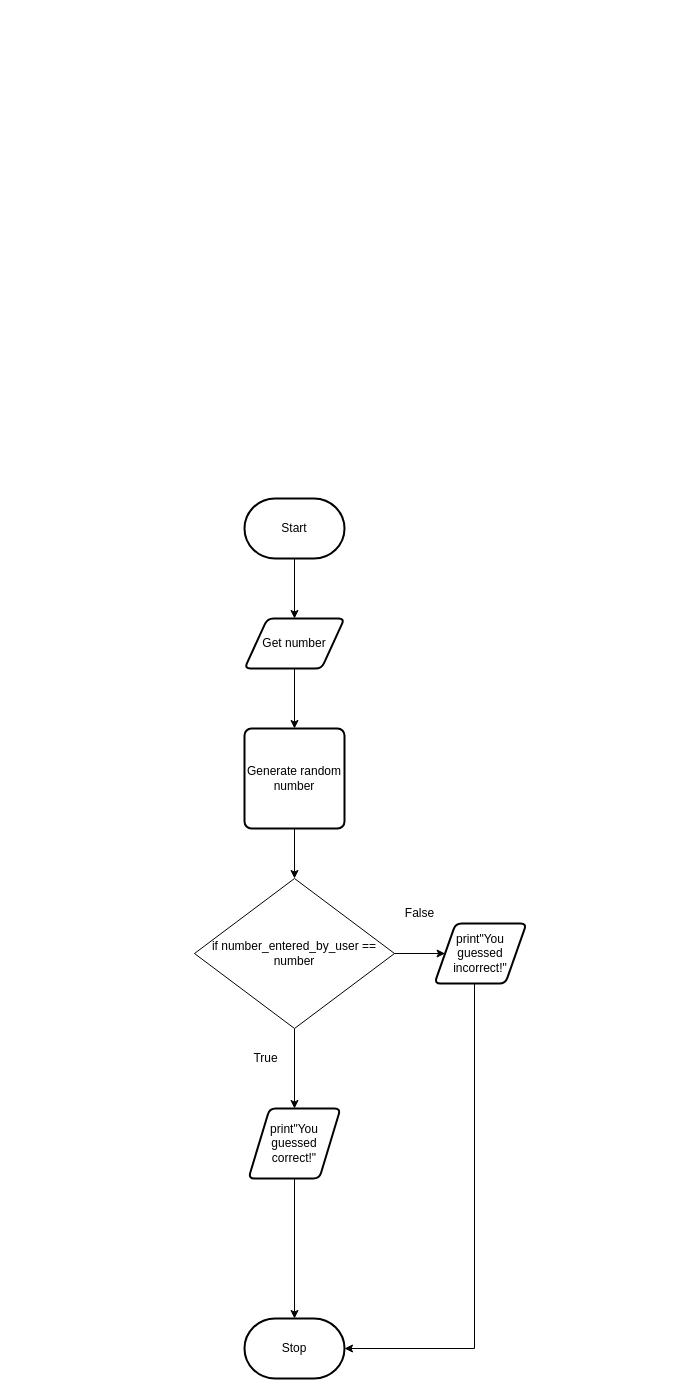
This is flowchart.drawio from michael-clermont1/ICS3U-Assignment-5-Python, a draw.io file, before an edit. Source tidied: cells renumbered, new cells numbered last; positions are measured from the earlier drawing's top-left corner, leaving out a move shared by most shapes. Both pictures are drawn from the tidied source at 100%, with x=0, y=0 at pixel (194, 498).
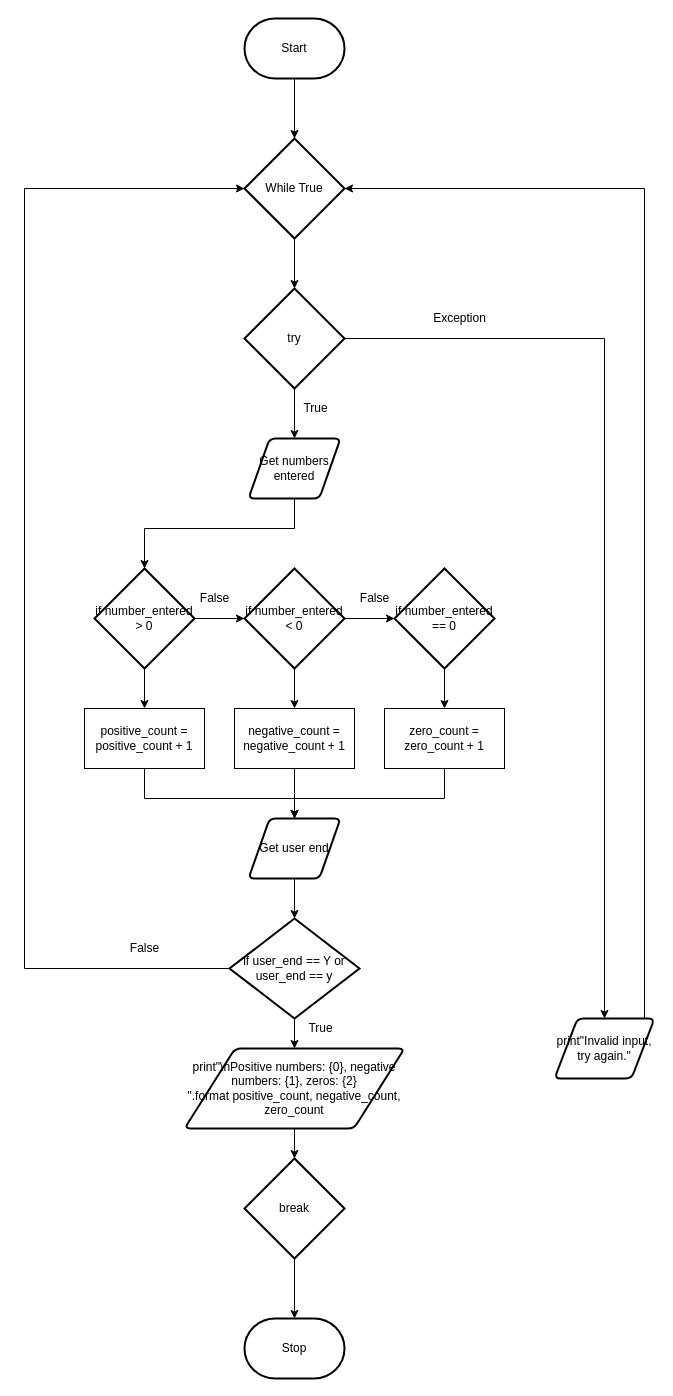
The same page after the edit.

Commit message (it also covers changes not shown here):
edited integer program

The change refers to these unchanged cells:
```xml
<mxCell id="6" value="Stop" style="strokeWidth=2;html=1;shape=mxgraph.flowchart.terminator;whiteSpace=wrap;" parent="1" vertex="1">
  <mxGeometry x="50" y="820" width="100" height="60" as="geometry" />
</mxCell>
```

Diff of the diagram source:
```diff
@@
-    <mxCell id="2" style="edgeStyle=orthogonalEdgeStyle;rounded=0;html=1;exitX=0.5;exitY=1;exitDx=0;exitDy=0;entryX=0.5;entryY=0;entryDx=0;entryDy=0;" parent="1" edge="1" source="3" target="17">
-      <mxGeometry relative="1" as="geometry" />
-    </mxCell>
-    <mxCell id="3" value="Get number" style="shape=parallelogram;html=1;strokeWidth=2;perimeter=parallelogramPerimeter;whiteSpace=wrap;rounded=1;arcSize=12;size=0.23;" parent="1" vertex="1">
-      <mxGeometry x="50" y="120" width="100" height="50" as="geometry" />
-    </mxCell>
-    <mxCell id="4" style="edgeStyle=orthogonalEdgeStyle;rounded=0;html=1;entryX=0.5;entryY=0;entryDx=0;entryDy=0;" parent="1" edge="1" source="5" target="3">
-      <mxGeometry relative="1" as="geometry" />
-    </mxCell>
+    <mxCell id="18" style="edgeStyle=orthogonalEdgeStyle;rounded=0;html=1;entryX=0.5;entryY=0;entryDx=0;entryDy=0;entryPerimeter=0;" parent="1" edge="1" source="5" target="26">
+      <mxGeometry relative="1" as="geometry" />
+    </mxCell>
     <mxCell id="5" value="Start" style="strokeWidth=2;html=1;shape=mxgraph.flowchart.terminator;whiteSpace=wrap;" parent="1" vertex="1">
-      <mxGeometry x="50" width="100" height="60" as="geometry" />
+      <mxGeometry x="50" y="-480" width="100" height="60" as="geometry" />
     </mxCell>
@@
-    <mxCell id="7" style="edgeStyle=orthogonalEdgeStyle;rounded=0;html=1;entryX=0.5;entryY=0;entryDx=0;entryDy=0;entryPerimeter=0;" parent="1" edge="1" source="8" target="6">
-      <mxGeometry relative="1" as="geometry" />
-    </mxCell>
+    <mxCell id="19" style="edgeStyle=orthogonalEdgeStyle;rounded=0;html=1;entryX=0.5;entryY=0;entryDx=0;entryDy=0;entryPerimeter=0;" parent="1" edge="1" source="8" target="34">
+      <mxGeometry relative="1" as="geometry" />
+    </mxCell>
-    <mxCell id="8" value="print&quot;You guessed correct!&quot;" style="shape=parallelogram;html=1;strokeWidth=2;perimeter=parallelogramPerimeter;whiteSpace=wrap;rounded=1;arcSize=12;size=0.23;" parent="1" vertex="1">
-      <mxGeometry x="54" y="610" width="92" height="70" as="geometry" />
+    <mxCell id="8" value="print&lt;span&gt;&quot;\nPositive numbers: {0}, negative numbers: {1}, zeros: {2} &quot;.format&lt;/span&gt;&lt;span&gt;&amp;nbsp;positive_count, negative_count, zero_count&lt;/span&gt;&lt;span&gt;&lt;br&gt;&lt;/span&gt;" style="shape=parallelogram;html=1;strokeWidth=2;perimeter=parallelogramPerimeter;whiteSpace=wrap;rounded=1;arcSize=12;size=0.23;" parent="1" vertex="1">
+      <mxGeometry x="-10" y="550" width="220" height="80" as="geometry" />
     </mxCell>
-    <mxCell id="9" style="edgeStyle=orthogonalEdgeStyle;rounded=0;html=1;entryX=1;entryY=0.5;entryDx=0;entryDy=0;entryPerimeter=0;" parent="1" edge="1" source="10" target="6">
-      <mxGeometry relative="1" as="geometry">
-        <Array as="points">
-          <mxPoint x="280" y="850" />
-        </Array>
-      </mxGeometry>
-    </mxCell>
+    <mxCell id="20" style="edgeStyle=orthogonalEdgeStyle;rounded=0;html=1;" parent="1" edge="1" source="10" target="29">
+      <mxGeometry relative="1" as="geometry" />
+    </mxCell>
-    <mxCell id="10" value="print&quot;You guessed incorrect!&quot;" style="shape=parallelogram;html=1;strokeWidth=2;perimeter=parallelogramPerimeter;whiteSpace=wrap;rounded=1;arcSize=12;size=0.23;" parent="1" vertex="1">
-      <mxGeometry x="240" y="425" width="92" height="60" as="geometry" />
+    <mxCell id="10" value="Get user end" style="shape=parallelogram;html=1;strokeWidth=2;perimeter=parallelogramPerimeter;whiteSpace=wrap;rounded=1;arcSize=12;size=0.23;" parent="1" vertex="1">
+      <mxGeometry x="54" y="320" width="92" height="60" as="geometry" />
     </mxCell>
-    <mxCell id="11" style="edgeStyle=none;html=1;entryX=0.5;entryY=0;entryDx=0;entryDy=0;" parent="1" edge="1" source="13" target="8">
-      <mxGeometry relative="1" as="geometry" />
-    </mxCell>
-    <mxCell id="12" style="edgeStyle=orthogonalEdgeStyle;html=1;entryX=0;entryY=0.5;entryDx=0;entryDy=0;" parent="1" edge="1" source="13" target="10">
-      <mxGeometry relative="1" as="geometry" />
-    </mxCell>
-    <mxCell id="13" value="&lt;span&gt;if number_entered_by_user == number&lt;/span&gt;" style="rhombus;whiteSpace=wrap;html=1;" parent="1" vertex="1">
-      <mxGeometry y="380" width="200" height="150" as="geometry" />
-    </mxCell>
-    <mxCell id="14" value="False" style="text;html=1;align=center;verticalAlign=middle;fillColor=none;strokeColor=none;rounded=0;" parent="1" vertex="1">
-      <mxGeometry x="200" y="405" width="50" height="20" as="geometry" />
-    </mxCell>
     <mxCell id="15" value="True" style="text;html=1;align=center;verticalAlign=middle;fillColor=none;strokeColor=none;rounded=0;" parent="1" vertex="1">
-      <mxGeometry x="51" y="550" width="40" height="20" as="geometry" />
+      <mxGeometry x="101" y="-100" width="40" height="20" as="geometry" />
     </mxCell>
+    <mxCell id="21" style="edgeStyle=none;html=1;entryX=0.5;entryY=0;entryDx=0;entryDy=0;" parent="1" edge="1" source="16" target="24">
+      <mxGeometry relative="1" as="geometry" />
+    </mxCell>
+    <mxCell id="22" style="edgeStyle=orthogonalEdgeStyle;rounded=0;html=1;entryX=0.5;entryY=0;entryDx=0;entryDy=0;" parent="1" edge="1" source="16" target="31">
+      <mxGeometry relative="1" as="geometry" />
+    </mxCell>
-    <mxCell id="16" style="edgeStyle=orthogonalEdgeStyle;rounded=0;html=1;entryX=0.5;entryY=0;entryDx=0;entryDy=0;" parent="1" edge="1" source="17" target="13">
-      <mxGeometry relative="1" as="geometry" />
+    <mxCell id="16" value="try" style="strokeWidth=2;html=1;shape=mxgraph.flowchart.decision;whiteSpace=wrap;" parent="1" vertex="1">
+      <mxGeometry x="50" y="-210" width="100" height="100" as="geometry" />
     </mxCell>
-    <mxCell id="17" value="Generate random number" style="rounded=1;whiteSpace=wrap;html=1;absoluteArcSize=1;arcSize=14;strokeWidth=2;" parent="1" vertex="1">
-      <mxGeometry x="50" y="230" width="100" height="100" as="geometry" />
-    </mxCell>
+    <mxCell id="23" style="edgeStyle=orthogonalEdgeStyle;html=1;entryX=0.5;entryY=0;entryDx=0;entryDy=0;entryPerimeter=0;rounded=0;" parent="1" edge="1" source="24" target="38">
+      <mxGeometry relative="1" as="geometry">
+        <Array as="points">
+          <mxPoint x="100" y="30" />
+          <mxPoint x="-50" y="30" />
+        </Array>
+      </mxGeometry>
+    </mxCell>
+    <mxCell id="24" value="Get numbers entered" style="shape=parallelogram;html=1;strokeWidth=2;perimeter=parallelogramPerimeter;whiteSpace=wrap;rounded=1;arcSize=12;size=0.23;" parent="1" vertex="1">
+      <mxGeometry x="54" y="-60" width="92" height="60" as="geometry" />
+    </mxCell>
+    <mxCell id="25" style="edgeStyle=orthogonalEdgeStyle;rounded=0;html=1;entryX=0.5;entryY=0;entryDx=0;entryDy=0;entryPerimeter=0;" parent="1" edge="1" source="26" target="16">
+      <mxGeometry relative="1" as="geometry" />
+    </mxCell>
+    <mxCell id="26" value="While True" style="strokeWidth=2;html=1;shape=mxgraph.flowchart.decision;whiteSpace=wrap;" parent="1" vertex="1">
+      <mxGeometry x="50" y="-360" width="100" height="100" as="geometry" />
+    </mxCell>
+    <mxCell id="27" style="edgeStyle=orthogonalEdgeStyle;rounded=0;html=1;entryX=0.5;entryY=0;entryDx=0;entryDy=0;" parent="1" edge="1" source="29" target="8">
+      <mxGeometry relative="1" as="geometry" />
+    </mxCell>
+    <mxCell id="28" style="edgeStyle=orthogonalEdgeStyle;rounded=0;html=1;entryX=0;entryY=0.5;entryDx=0;entryDy=0;entryPerimeter=0;" parent="1" edge="1" source="29" target="26">
+      <mxGeometry relative="1" as="geometry">
+        <Array as="points">
+          <mxPoint x="-170" y="470" />
+          <mxPoint x="-170" y="-310" />
+        </Array>
+      </mxGeometry>
+    </mxCell>
+    <mxCell id="29" value="if user_end == Y or user_end == y" style="strokeWidth=2;html=1;shape=mxgraph.flowchart.decision;whiteSpace=wrap;" parent="1" vertex="1">
+      <mxGeometry x="35" y="420" width="130" height="100" as="geometry" />
+    </mxCell>
+    <mxCell id="30" style="edgeStyle=orthogonalEdgeStyle;rounded=0;html=1;entryX=1;entryY=0.5;entryDx=0;entryDy=0;entryPerimeter=0;" parent="1" edge="1" source="31" target="26">
+      <mxGeometry relative="1" as="geometry">
+        <Array as="points">
+          <mxPoint x="450" y="-310" />
+        </Array>
+      </mxGeometry>
+    </mxCell>
+    <mxCell id="31" value="print&quot;Invalid input, try again.&quot;" style="shape=parallelogram;html=1;strokeWidth=2;perimeter=parallelogramPerimeter;whiteSpace=wrap;rounded=1;arcSize=12;size=0.23;" parent="1" vertex="1">
+      <mxGeometry x="360" y="520" width="100" height="60" as="geometry" />
+    </mxCell>
+    <mxCell id="32" value="False" style="text;html=1;align=center;verticalAlign=middle;fillColor=none;strokeColor=none;rounded=0;" parent="1" vertex="1">
+      <mxGeometry x="-70" y="440" width="40" height="20" as="geometry" />
+    </mxCell>
+    <mxCell id="33" style="edgeStyle=orthogonalEdgeStyle;rounded=0;html=1;" parent="1" edge="1" source="34" target="6">
+      <mxGeometry relative="1" as="geometry" />
+    </mxCell>
+    <mxCell id="34" value="break" style="strokeWidth=2;html=1;shape=mxgraph.flowchart.decision;whiteSpace=wrap;" parent="1" vertex="1">
+      <mxGeometry x="50" y="660" width="100" height="100" as="geometry" />
+    </mxCell>
+    <mxCell id="35" value="Exception" style="text;html=1;align=center;verticalAlign=middle;fillColor=none;strokeColor=none;rounded=0;" parent="1" vertex="1">
+      <mxGeometry x="230" y="-190" width="70" height="20" as="geometry" />
+    </mxCell>
+    <mxCell id="36" style="edgeStyle=orthogonalEdgeStyle;rounded=0;html=1;entryX=0;entryY=0.5;entryDx=0;entryDy=0;entryPerimeter=0;" parent="1" edge="1" source="38" target="43">
+      <mxGeometry relative="1" as="geometry" />
+    </mxCell>
+    <mxCell id="37" style="edgeStyle=orthogonalEdgeStyle;rounded=0;html=1;entryX=0.5;entryY=0;entryDx=0;entryDy=0;" parent="1" edge="1" source="38" target="40">
+      <mxGeometry relative="1" as="geometry" />
+    </mxCell>
+    <mxCell id="38" value="if number_entered &amp;gt; 0" style="strokeWidth=2;html=1;shape=mxgraph.flowchart.decision;whiteSpace=wrap;" parent="1" vertex="1">
+      <mxGeometry x="-100" y="70" width="100" height="100" as="geometry" />
+    </mxCell>
+    <mxCell id="39" style="edgeStyle=orthogonalEdgeStyle;rounded=0;html=1;entryX=0.5;entryY=0;entryDx=0;entryDy=0;" parent="1" edge="1" source="40" target="10">
+      <mxGeometry relative="1" as="geometry">
+        <Array as="points">
+          <mxPoint x="-50" y="300" />
+          <mxPoint x="100" y="300" />
+        </Array>
+      </mxGeometry>
+    </mxCell>
+    <mxCell id="40" value="positive_count = positive_count + 1" style="rounded=0;whiteSpace=wrap;html=1;" parent="1" vertex="1">
+      <mxGeometry x="-110" y="210" width="120" height="60" as="geometry" />
+    </mxCell>
+    <mxCell id="41" style="edgeStyle=orthogonalEdgeStyle;rounded=0;html=1;entryX=0;entryY=0.5;entryDx=0;entryDy=0;entryPerimeter=0;" parent="1" edge="1" source="43" target="47">
+      <mxGeometry relative="1" as="geometry" />
+    </mxCell>
+    <mxCell id="42" style="edgeStyle=orthogonalEdgeStyle;rounded=0;html=1;entryX=0.5;entryY=0;entryDx=0;entryDy=0;" parent="1" edge="1" source="43" target="45">
+      <mxGeometry relative="1" as="geometry" />
+    </mxCell>
+    <mxCell id="43" value="if number_entered &amp;lt; 0" style="strokeWidth=2;html=1;shape=mxgraph.flowchart.decision;whiteSpace=wrap;" parent="1" vertex="1">
+      <mxGeometry x="50" y="70" width="100" height="100" as="geometry" />
+    </mxCell>
+    <mxCell id="44" style="edgeStyle=orthogonalEdgeStyle;rounded=0;html=1;" parent="1" edge="1" source="45">
+      <mxGeometry relative="1" as="geometry">
+        <mxPoint x="100" y="320" as="targetPoint" />
+      </mxGeometry>
+    </mxCell>
+    <mxCell id="45" value="negative_count = negative_count + 1" style="rounded=0;whiteSpace=wrap;html=1;" parent="1" vertex="1">
+      <mxGeometry x="40" y="210" width="120" height="60" as="geometry" />
+    </mxCell>
+    <mxCell id="46" style="edgeStyle=orthogonalEdgeStyle;rounded=0;html=1;entryX=0.5;entryY=0;entryDx=0;entryDy=0;" parent="1" edge="1" source="47" target="49">
+      <mxGeometry relative="1" as="geometry" />
+    </mxCell>
+    <mxCell id="47" value="if number_entered == 0" style="strokeWidth=2;html=1;shape=mxgraph.flowchart.decision;whiteSpace=wrap;" parent="1" vertex="1">
+      <mxGeometry x="200" y="70" width="100" height="100" as="geometry" />
+    </mxCell>
+    <mxCell id="48" style="edgeStyle=orthogonalEdgeStyle;rounded=0;html=1;entryX=0.5;entryY=0;entryDx=0;entryDy=0;" parent="1" edge="1" source="49" target="10">
+      <mxGeometry relative="1" as="geometry">
+        <Array as="points">
+          <mxPoint x="250" y="300" />
+          <mxPoint x="100" y="300" />
+        </Array>
+      </mxGeometry>
+    </mxCell>
+    <mxCell id="49" value="zero_count = zero_count + 1" style="rounded=0;whiteSpace=wrap;html=1;" parent="1" vertex="1">
+      <mxGeometry x="190" y="210" width="120" height="60" as="geometry" />
+    </mxCell>
+    <mxCell id="50" value="False" style="text;html=1;align=center;verticalAlign=middle;fillColor=none;strokeColor=none;rounded=0;" parent="1" vertex="1">
+      <mxGeometry y="90" width="40" height="20" as="geometry" />
+    </mxCell>
+    <mxCell id="51" value="False" style="text;html=1;align=center;verticalAlign=middle;fillColor=none;strokeColor=none;rounded=0;" parent="1" vertex="1">
+      <mxGeometry x="160" y="90" width="40" height="20" as="geometry" />
+    </mxCell>
+    <mxCell id="52" value="True" style="text;html=1;align=center;verticalAlign=middle;fillColor=none;strokeColor=none;rounded=0;" parent="1" vertex="1">
+      <mxGeometry x="106" y="520" width="40" height="20" as="geometry" />
+    </mxCell>
```
